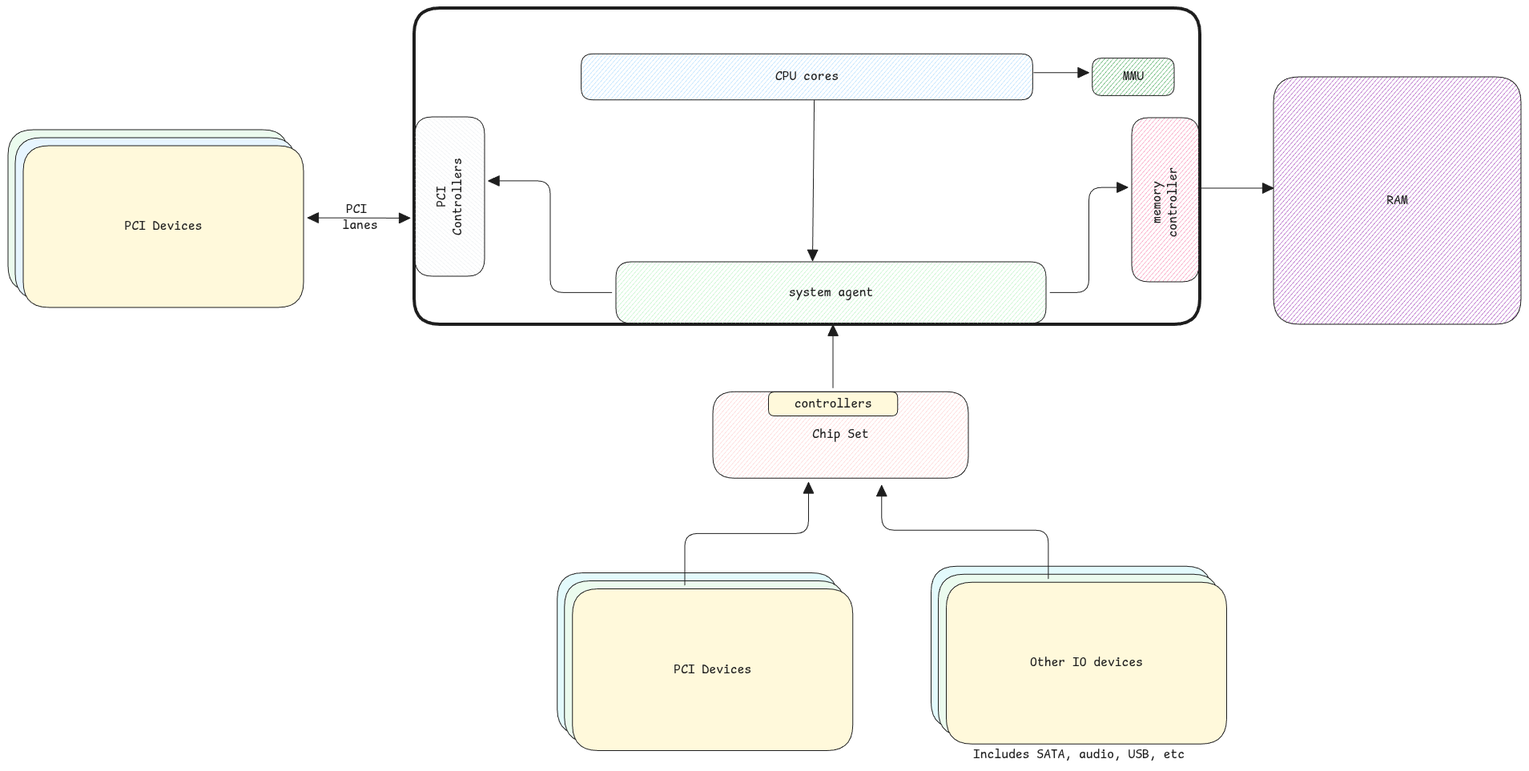
Before: static/img/cpu-mmio-system-agent.excalidraw.png, a diagram exported from Excalidraw (swaroopar/inprogress-engineer). Source tidied: one line per element, renumbered; positions are measured from the earlier drawing's top-left corner, leaving out a move shared by most shapes.
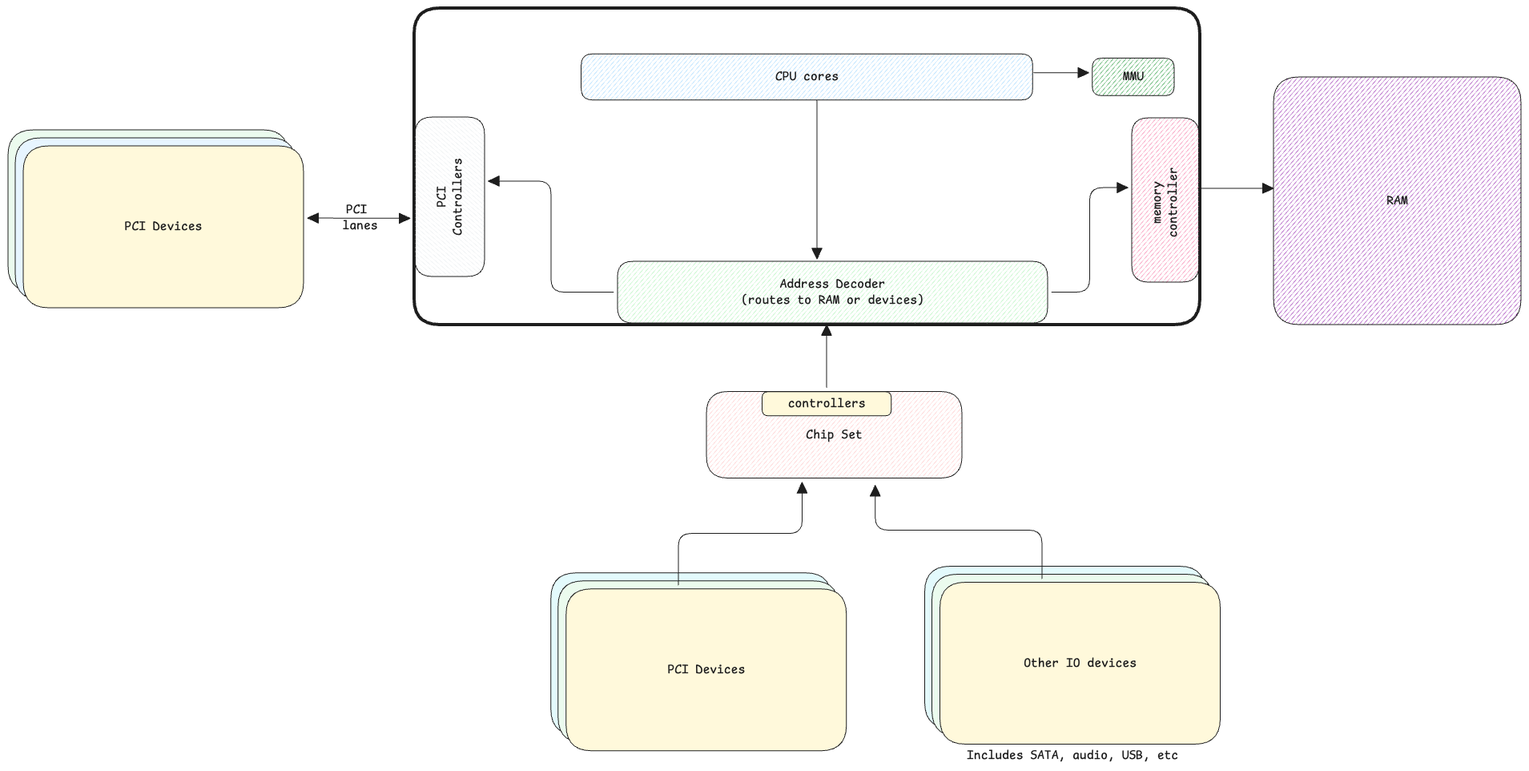
After the commit.

Diff of the diagram source:
```diff
@@ -1,11 +1,11 @@
 {"id": 0, "type": "rectangle", "strokeColor": "#1e1e1e", "strokeWidth": 4, "roughness": 0, "round": true, "x": 507, "y": 0, "width": 981, "height": 395}
-{"id": 1, "type": "rectangle", "strokeColor": "#1e1e1e", "backgroundColor": "#b2f2bb", "fillStyle": "hachure", "strokeWidth": 1, "roughness": 0, "round": true, "x": 759, "y": 317, "width": 537, "height": 77}
+{"id": 1, "type": "rectangle", "strokeColor": "#1e1e1e", "backgroundColor": "#b2f2bb", "fillStyle": "hachure", "strokeWidth": 1, "roughness": 0, "round": true, "x": 761, "y": 316, "width": 537, "height": 77}
-{"id": 2, "type": "text", "text": "system agent", "strokeColor": "#1e1e1e", "strokeWidth": 1, "roughness": 0, "fontSize": 16, "fontFamily": 8, "textAlign": "center", "verticalAlign": "middle", "inside": 1, "x": 975, "y": 346, "width": 106, "height": 20}
+{"id": 2, "type": "text", "text": "Address Decoder\n(routes to RAM or devices)", "strokeColor": "#1e1e1e", "strokeWidth": 1, "roughness": 0, "fontSize": 16, "fontFamily": 8, "textAlign": "center", "verticalAlign": "middle", "inside": 1, "x": 915, "y": 335, "width": 229, "height": 40}
 {"id": 3, "type": "rectangle", "strokeColor": "#1e1e1e", "backgroundColor": "#f783ac", "fillStyle": "hachure", "strokeWidth": 1, "roughness": 0, "round": true, "x": 1403, "y": 137, "width": 84, "height": 205}
 {"id": 4, "type": "text", "text": "memory\ncontroller", "strokeColor": "#1e1e1e", "angle": 4.71, "strokeWidth": 1, "roughness": 0, "fontSize": 16, "fontFamily": 8, "textAlign": "center", "x": 1401, "y": 222, "width": 88, "height": 40}
 {"id": 5, "type": "rectangle", "strokeColor": "#1e1e1e", "backgroundColor": "#2f9e44", "fillStyle": "hachure", "strokeWidth": 1, "roughness": 0, "round": true, "x": 1354, "y": 63, "width": 102, "height": 47}
 {"id": 6, "type": "text", "text": "MMU", "strokeColor": "#1e1e1e", "strokeWidth": 1, "roughness": 0, "fontSize": 16, "fontFamily": 8, "textAlign": "center", "verticalAlign": "middle", "inside": 5, "x": 1392, "y": 76, "width": 26, "height": 20}
-{"id": 7, "type": "arrow", "strokeColor": "#1e1e1e", "strokeWidth": 1, "roughness": 0, "endArrowhead": "triangle", "from": 1, "to": 3, "x": 1301, "y": 355, "width": 97, "height": 131, "points": [[0, 0], [48, 0], [48, -131], [97, -131]]}
+{"id": 7, "type": "arrow", "strokeColor": "#1e1e1e", "strokeWidth": 1, "roughness": 0, "endArrowhead": "triangle", "from": 1, "to": 3, "x": 1303, "y": 354, "width": 95, "height": 130, "points": [[0, 0], [48, 0], [48, -130], [95, -130]]}
 {"id": 8, "type": "rectangle", "strokeColor": "#1e1e1e", "backgroundColor": "#9c36b5", "fillStyle": "hachure", "strokeWidth": 1, "roughness": 0, "round": true, "x": 1580, "y": 86, "width": 309, "height": 309}
 {"id": 9, "type": "text", "text": "RAM", "strokeColor": "#1e1e1e", "strokeWidth": 1, "roughness": 0, "fontSize": 16, "fontFamily": 8, "textAlign": "center", "verticalAlign": "middle", "inside": 8, "x": 1721, "y": 230, "width": 26, "height": 20}
 {"id": 10, "type": "arrow", "strokeColor": "#1e1e1e", "strokeWidth": 1, "roughness": 0, "endArrowhead": "triangle", "round": true, "x": 1486, "y": 225, "width": 94, "height": 0, "points": [[0, 0], [94, 0]]}
@@ -13,28 +13,28 @@
 {"id": 12, "type": "rectangle", "strokeColor": "#1e1e1e", "backgroundColor": "#e7f5ff", "fillStyle": "solid", "strokeWidth": 1, "roughness": 0, "round": true, "x": 9, "y": 162, "width": 350, "height": 202}
 {"id": 13, "type": "rectangle", "strokeColor": "#1e1e1e", "backgroundColor": "#fff9db", "fillStyle": "solid", "strokeWidth": 1, "roughness": 0, "round": true, "x": 19, "y": 172, "width": 350, "height": 202}
 {"id": 14, "type": "text", "text": "PCI Devices", "strokeColor": "#1e1e1e", "backgroundColor": "#a5d8ff", "fillStyle": "solid", "strokeWidth": 1, "roughness": 0, "fontSize": 16, "fontFamily": 8, "textAlign": "center", "verticalAlign": "middle", "inside": 13, "x": 146, "y": 263, "width": 97, "height": 20}
-{"id": 15, "type": "rectangle", "strokeColor": "#1e1e1e", "backgroundColor": "#ffc9c9", "fillStyle": "hachure", "strokeWidth": 1, "roughness": 0, "round": true, "x": 880, "y": 479, "width": 319, "height": 108}
+{"id": 15, "type": "rectangle", "strokeColor": "#1e1e1e", "backgroundColor": "#ffc9c9", "fillStyle": "hachure", "strokeWidth": 1, "roughness": 0, "round": true, "x": 872, "y": 478, "width": 319, "height": 108}
-{"id": 16, "type": "text", "text": "Chip Set", "strokeColor": "#1e1e1e", "backgroundColor": "#a5d8ff", "fillStyle": "solid", "strokeWidth": 1, "roughness": 0, "fontSize": 16, "fontFamily": 8, "textAlign": "center", "verticalAlign": "middle", "inside": 15, "x": 1004, "y": 523, "width": 70, "height": 20}
+{"id": 16, "type": "text", "text": "Chip Set", "strokeColor": "#1e1e1e", "backgroundColor": "#a5d8ff", "fillStyle": "solid", "strokeWidth": 1, "roughness": 0, "fontSize": 16, "fontFamily": 8, "textAlign": "center", "verticalAlign": "middle", "inside": 15, "x": 996, "y": 522, "width": 70, "height": 20}
-{"id": 17, "type": "rectangle", "strokeColor": "#1e1e1e", "backgroundColor": "#e3fafc", "fillStyle": "solid", "strokeWidth": 1, "roughness": 0, "round": true, "x": 686, "y": 706, "width": 350, "height": 202}
+{"id": 17, "type": "rectangle", "strokeColor": "#1e1e1e", "backgroundColor": "#e3fafc", "fillStyle": "solid", "strokeWidth": 1, "roughness": 0, "round": true, "x": 678, "y": 705, "width": 350, "height": 202}
-{"id": 18, "type": "rectangle", "strokeColor": "#1e1e1e", "backgroundColor": "#ebfbee", "fillStyle": "solid", "strokeWidth": 1, "roughness": 0, "round": true, "x": 695, "y": 716, "width": 350, "height": 202}
+{"id": 18, "type": "rectangle", "strokeColor": "#1e1e1e", "backgroundColor": "#ebfbee", "fillStyle": "solid", "strokeWidth": 1, "roughness": 0, "round": true, "x": 687, "y": 715, "width": 350, "height": 202}
-{"id": 19, "type": "rectangle", "strokeColor": "#1e1e1e", "backgroundColor": "#fff9db", "fillStyle": "solid", "strokeWidth": 1, "roughness": 0, "round": true, "x": 705, "y": 726, "width": 350, "height": 202}
+{"id": 19, "type": "rectangle", "strokeColor": "#1e1e1e", "backgroundColor": "#fff9db", "fillStyle": "solid", "strokeWidth": 1, "roughness": 0, "round": true, "x": 697, "y": 725, "width": 350, "height": 202}
-{"id": 20, "type": "text", "text": "PCI Devices", "strokeColor": "#1e1e1e", "backgroundColor": "#a5d8ff", "fillStyle": "solid", "strokeWidth": 1, "roughness": 0, "fontSize": 16, "fontFamily": 8, "textAlign": "center", "verticalAlign": "middle", "inside": 19, "x": 831, "y": 816, "width": 97, "height": 20}
+{"id": 20, "type": "text", "text": "PCI Devices", "strokeColor": "#1e1e1e", "backgroundColor": "#a5d8ff", "fillStyle": "solid", "strokeWidth": 1, "roughness": 0, "fontSize": 16, "fontFamily": 8, "textAlign": "center", "verticalAlign": "middle", "inside": 19, "x": 823, "y": 816, "width": 97, "height": 20}
 {"id": 21, "type": "rectangle", "strokeColor": "#1e1e1e", "angle": 4.71, "backgroundColor": "#e9ecef", "fillStyle": "hachure", "strokeWidth": 1, "roughness": 0, "round": true, "x": 452, "y": 192, "width": 199, "height": 87}
 {"id": 22, "type": "text", "text": "PCI\nControllers", "strokeColor": "#1e1e1e", "angle": 4.71, "backgroundColor": "#fff9db", "fillStyle": "solid", "strokeWidth": 1, "roughness": 0, "fontSize": 16, "fontFamily": 8, "textAlign": "center", "x": 503, "y": 216, "width": 97, "height": 40}
 {"id": 23, "type": "arrow", "strokeColor": "#1e1e1e", "backgroundColor": "#fff9db", "fillStyle": "solid", "strokeWidth": 1, "roughness": 0, "startArrowhead": "triangle", "endArrowhead": "triangle", "x": 502, "y": 262, "width": 128, "height": 0, "points": [[0, 0], [-128, 0]]}
-{"id": 24, "type": "arrow", "strokeColor": "#1e1e1e", "backgroundColor": "#fff9db", "fillStyle": "solid", "strokeWidth": 1, "roughness": 0, "endArrowhead": "triangle", "from": 1, "to": 21, "x": 754, "y": 355, "width": 154, "height": 139, "points": [[0, 0], [-77, 0], [-77, -139], [-154, -139]]}
+{"id": 24, "type": "arrow", "strokeColor": "#1e1e1e", "backgroundColor": "#fff9db", "fillStyle": "solid", "strokeWidth": 1, "roughness": 0, "endArrowhead": "triangle", "from": 1, "to": 21, "x": 756, "y": 354, "width": 156, "height": 139, "points": [[0, 0], [-78, 0], [-78, -139], [-156, -139]]}
-{"id": 25, "type": "rectangle", "strokeColor": "#1e1e1e", "backgroundColor": "#e3fafc", "fillStyle": "solid", "strokeWidth": 1, "roughness": 0, "round": true, "x": 1152, "y": 697, "width": 350, "height": 202}
+{"id": 25, "type": "rectangle", "strokeColor": "#1e1e1e", "backgroundColor": "#e3fafc", "fillStyle": "solid", "strokeWidth": 1, "roughness": 0, "round": true, "x": 1145, "y": 696, "width": 350, "height": 202}
-{"id": 26, "type": "rectangle", "strokeColor": "#1e1e1e", "backgroundColor": "#ebfbee", "fillStyle": "solid", "strokeWidth": 1, "roughness": 0, "round": true, "x": 1162, "y": 707, "width": 350, "height": 202}
+{"id": 26, "type": "rectangle", "strokeColor": "#1e1e1e", "backgroundColor": "#ebfbee", "fillStyle": "solid", "strokeWidth": 1, "roughness": 0, "round": true, "x": 1154, "y": 706, "width": 350, "height": 202}
-{"id": 27, "type": "rectangle", "strokeColor": "#1e1e1e", "backgroundColor": "#fff9db", "fillStyle": "solid", "strokeWidth": 1, "roughness": 0, "round": true, "x": 1172, "y": 717, "width": 350, "height": 202}
+{"id": 27, "type": "rectangle", "strokeColor": "#1e1e1e", "backgroundColor": "#fff9db", "fillStyle": "solid", "strokeWidth": 1, "roughness": 0, "round": true, "x": 1164, "y": 716, "width": 350, "height": 202}
-{"id": 28, "type": "text", "text": "Other IO devices", "strokeColor": "#1e1e1e", "backgroundColor": "#a5d8ff", "fillStyle": "solid", "strokeWidth": 1, "roughness": 0, "fontSize": 16, "fontFamily": 8, "textAlign": "center", "verticalAlign": "middle", "inside": 27, "x": 1276, "y": 808, "width": 141, "height": 20}
+{"id": 28, "type": "text", "text": "Other IO devices", "strokeColor": "#1e1e1e", "backgroundColor": "#a5d8ff", "fillStyle": "solid", "strokeWidth": 1, "roughness": 0, "fontSize": 16, "fontFamily": 8, "textAlign": "center", "verticalAlign": "middle", "inside": 27, "x": 1268, "y": 808, "width": 141, "height": 20}
-{"id": 29, "type": "arrow", "strokeColor": "#1e1e1e", "backgroundColor": "#fff9db", "fillStyle": "solid", "strokeWidth": 1, "roughness": 0, "endArrowhead": "triangle", "from": 19, "to": 15, "x": 845, "y": 721, "width": 155, "height": 128, "points": [[0, 0], [0, -64], [155, -64], [155, -128]]}
+{"id": 29, "type": "arrow", "strokeColor": "#1e1e1e", "backgroundColor": "#fff9db", "fillStyle": "solid", "strokeWidth": 1, "roughness": 0, "endArrowhead": "triangle", "from": 19, "to": 15, "x": 837, "y": 720, "width": 155, "height": 128, "points": [[0, 0], [0, -64], [155, -64], [155, -128]]}
-{"id": 30, "type": "arrow", "strokeColor": "#1e1e1e", "backgroundColor": "#fff9db", "fillStyle": "solid", "strokeWidth": 1, "roughness": 0, "endArrowhead": "triangle", "from": 27, "to": 15, "x": 1299, "y": 713, "width": 208, "height": 117, "points": [[0, 0], [0, -60], [-208, -60], [-208, -117]]}
+{"id": 30, "type": "arrow", "strokeColor": "#1e1e1e", "backgroundColor": "#fff9db", "fillStyle": "solid", "strokeWidth": 1, "roughness": 0, "endArrowhead": "triangle", "from": 27, "to": 15, "x": 1291, "y": 712, "width": 208, "height": 117, "points": [[0, 0], [0, -60], [-208, -60], [-208, -117]]}
-{"id": 31, "type": "text", "text": "Includes SATA, audio, USB, etc", "strokeColor": "#1e1e1e", "backgroundColor": "#fff9db", "fillStyle": "solid", "strokeWidth": 1, "roughness": 0, "fontSize": 16, "fontFamily": 8, "textAlign": "center", "x": 1205, "y": 923, "width": 264, "height": 20}
+{"id": 31, "type": "text", "text": "Includes SATA, audio, USB, etc", "strokeColor": "#1e1e1e", "backgroundColor": "#fff9db", "fillStyle": "solid", "strokeWidth": 1, "roughness": 0, "fontSize": 16, "fontFamily": 8, "textAlign": "center", "x": 1197, "y": 922, "width": 264, "height": 20}
-{"id": 32, "type": "rectangle", "strokeColor": "#1e1e1e", "backgroundColor": "#fff9db", "fillStyle": "solid", "strokeWidth": 1, "roughness": 0, "round": true, "x": 950, "y": 480, "width": 161, "height": 30}
+{"id": 32, "type": "rectangle", "strokeColor": "#1e1e1e", "backgroundColor": "#fff9db", "fillStyle": "solid", "strokeWidth": 1, "roughness": 0, "round": true, "x": 942, "y": 479, "width": 161, "height": 30}
-{"id": 33, "type": "text", "text": "controllers", "strokeColor": "#1e1e1e", "backgroundColor": "#fff9db", "fillStyle": "solid", "strokeWidth": 1, "roughness": 0, "fontSize": 16, "fontFamily": 8, "textAlign": "center", "verticalAlign": "middle", "inside": 32, "x": 982, "y": 484, "width": 97, "height": 20}
+{"id": 33, "type": "text", "text": "controllers", "strokeColor": "#1e1e1e", "backgroundColor": "#fff9db", "fillStyle": "solid", "strokeWidth": 1, "roughness": 0, "fontSize": 16, "fontFamily": 8, "textAlign": "center", "verticalAlign": "middle", "inside": 32, "x": 974, "y": 484, "width": 97, "height": 20}
-{"id": 34, "type": "arrow", "strokeColor": "#1e1e1e", "backgroundColor": "#fff9db", "fillStyle": "solid", "strokeWidth": 1, "roughness": 0, "endArrowhead": "triangle", "from": 32, "x": 1030, "y": 474, "width": 0, "height": 79, "points": [[0, 0], [0, -79]]}
+{"id": 34, "type": "arrow", "strokeColor": "#1e1e1e", "backgroundColor": "#fff9db", "fillStyle": "solid", "strokeWidth": 1, "roughness": 0, "endArrowhead": "triangle", "x": 1022, "y": 474, "width": 0, "height": 79, "points": [[0, 0], [0, -79]]}
 {"id": 35, "type": "rectangle", "strokeColor": "#1e1e1e", "backgroundColor": "#a5d8ff", "fillStyle": "hachure", "strokeWidth": 1, "roughness": 0, "round": true, "x": 716, "y": 57, "width": 564, "height": 58}
 {"id": 36, "type": "text", "text": "CPU cores", "strokeColor": "#1e1e1e", "backgroundColor": "#fff9db", "fillStyle": "solid", "strokeWidth": 1, "roughness": 0, "fontSize": 16, "fontFamily": 8, "textAlign": "center", "verticalAlign": "middle", "inside": 35, "x": 958, "y": 76, "width": 79, "height": 20}
-{"id": 37, "type": "arrow", "strokeColor": "#1e1e1e", "backgroundColor": "#fff9db", "fillStyle": "solid", "strokeWidth": 1, "roughness": 0, "endArrowhead": "triangle", "from": 35, "x": 1007, "y": 115, "width": 2, "height": 201, "points": [[0, 0], [-2, 201]]}
+{"id": 37, "type": "arrow", "strokeColor": "#1e1e1e", "backgroundColor": "#fff9db", "fillStyle": "solid", "strokeWidth": 1, "roughness": 0, "endArrowhead": "triangle", "x": 1010, "y": 115, "width": 0, "height": 198, "points": [[0, 0], [0, 198]]}
 {"id": 38, "type": "arrow", "strokeColor": "#1e1e1e", "backgroundColor": "#fff9db", "fillStyle": "solid", "strokeWidth": 1, "roughness": 0, "endArrowhead": "triangle", "x": 1281, "y": 81, "width": 69, "height": 0, "points": [[0, 0], [69, 0]]}
 {"id": 39, "type": "text", "text": "PCI \nlanes", "strokeColor": "#1e1e1e", "backgroundColor": "#ebfbee", "fillStyle": "hachure", "strokeWidth": 4, "roughness": 0, "fontSize": 16, "fontFamily": 8, "textAlign": "center", "x": 417, "y": 242, "width": 44, "height": 40}
```
